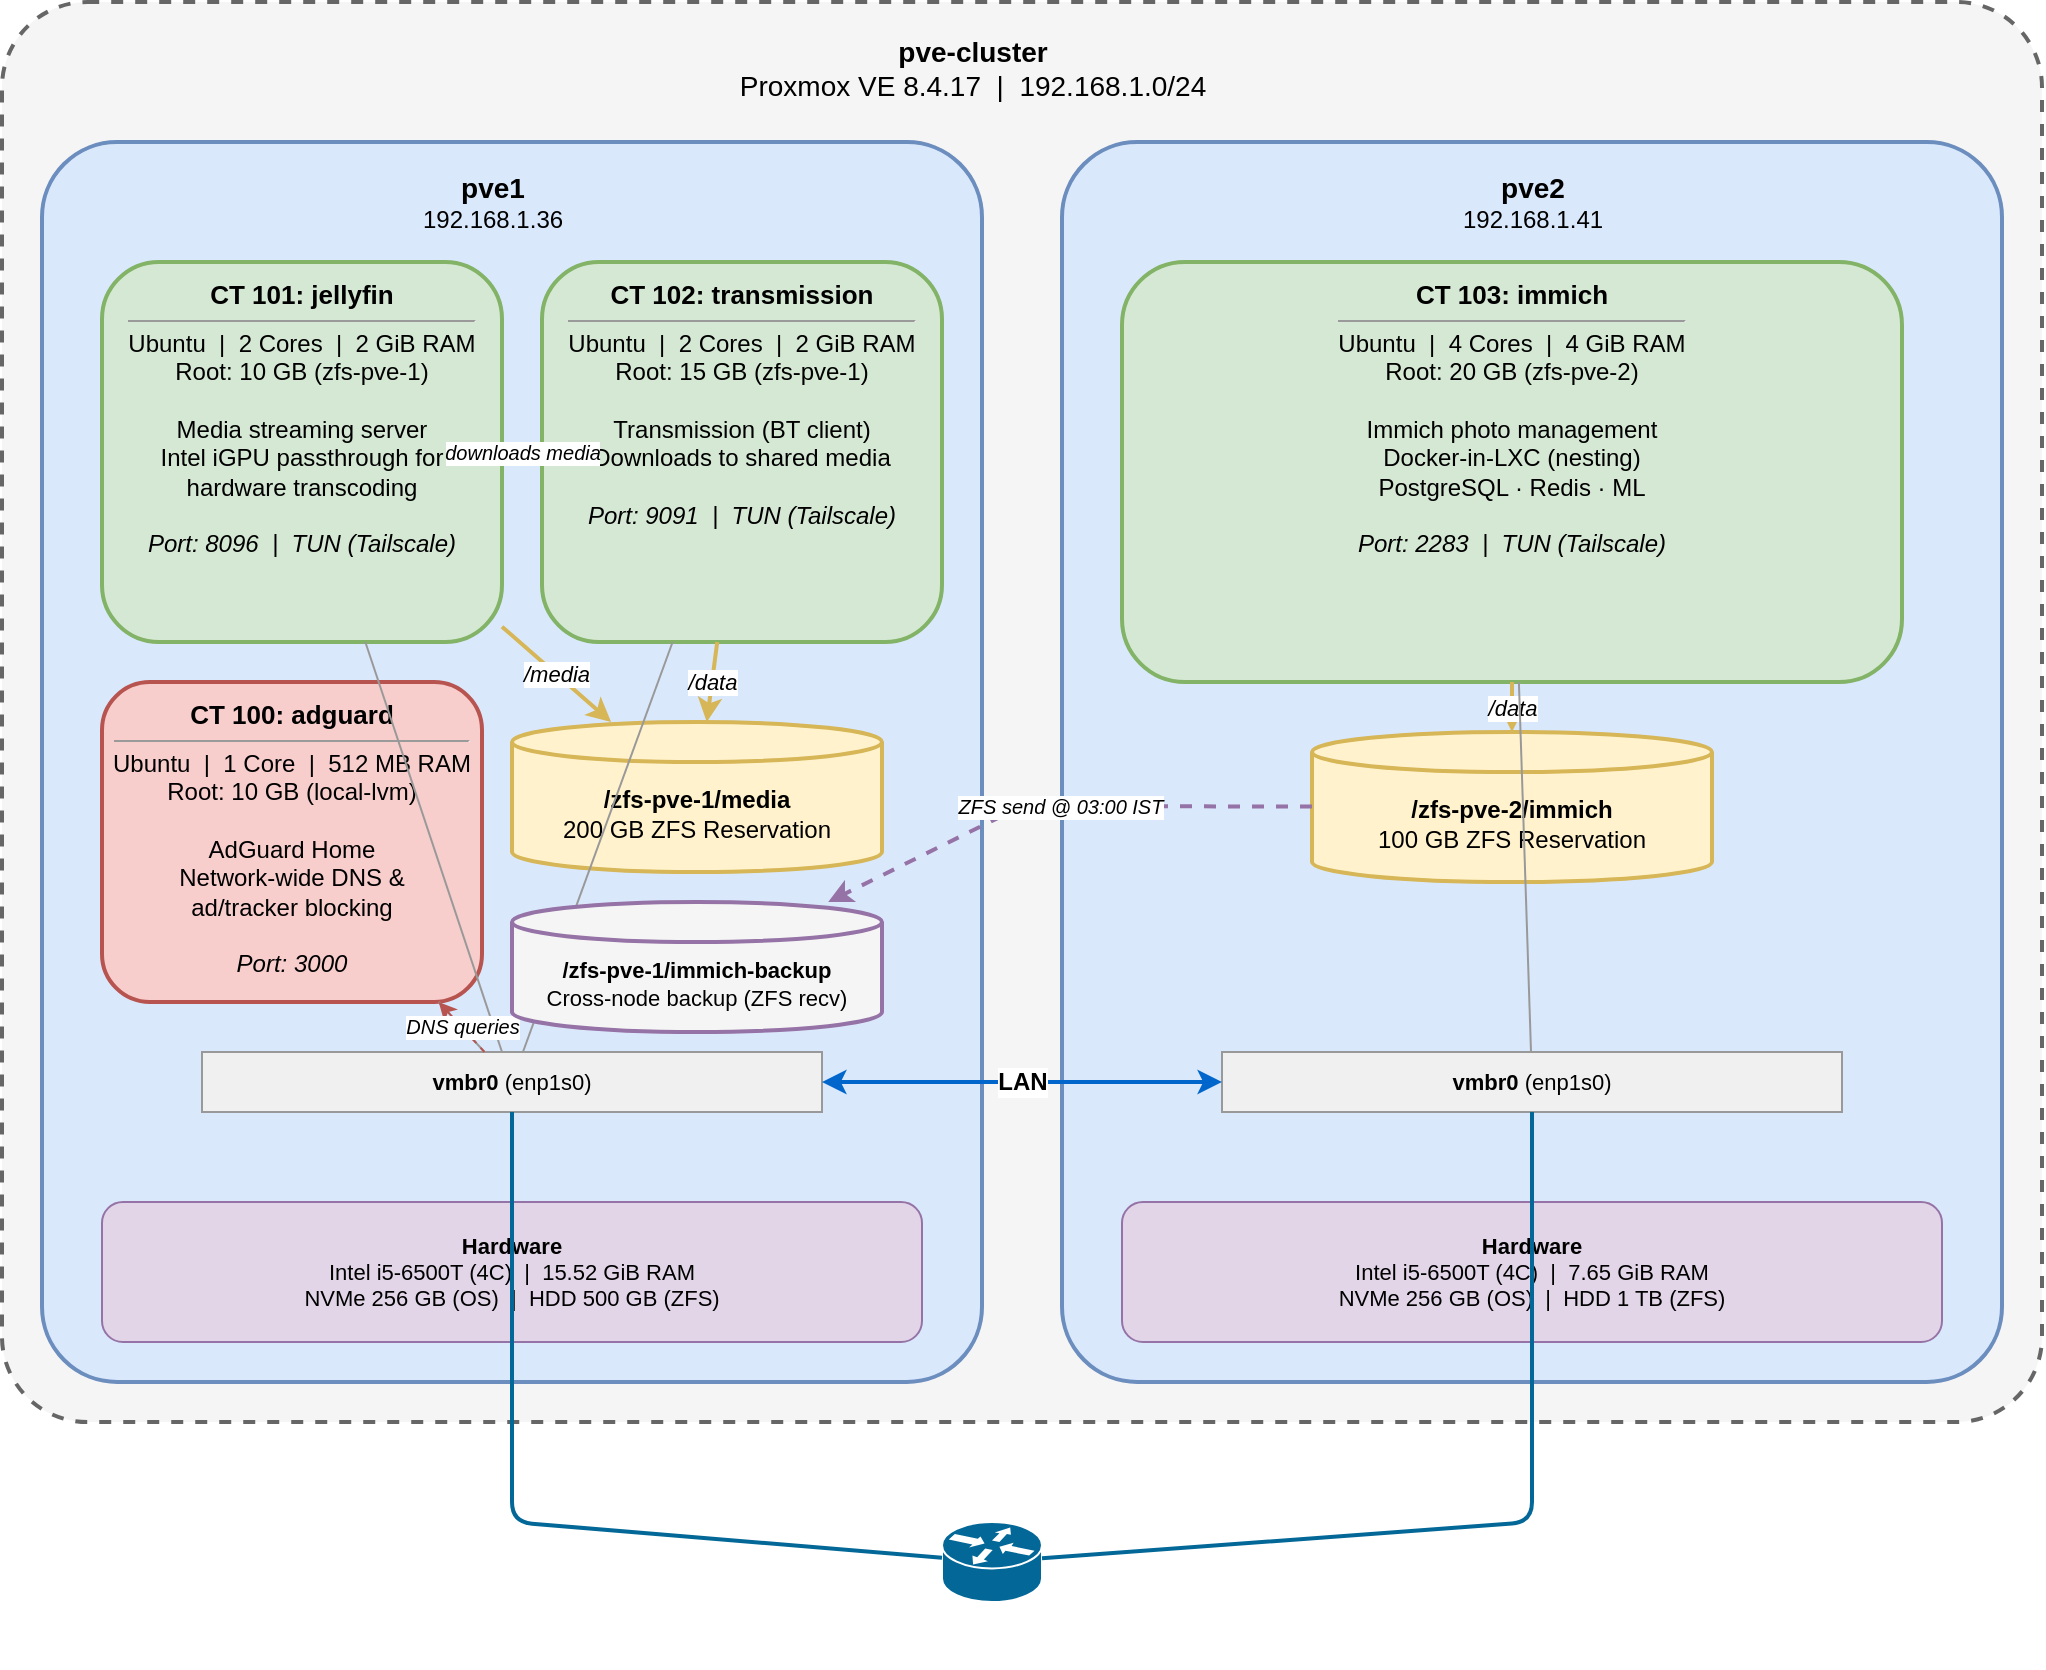
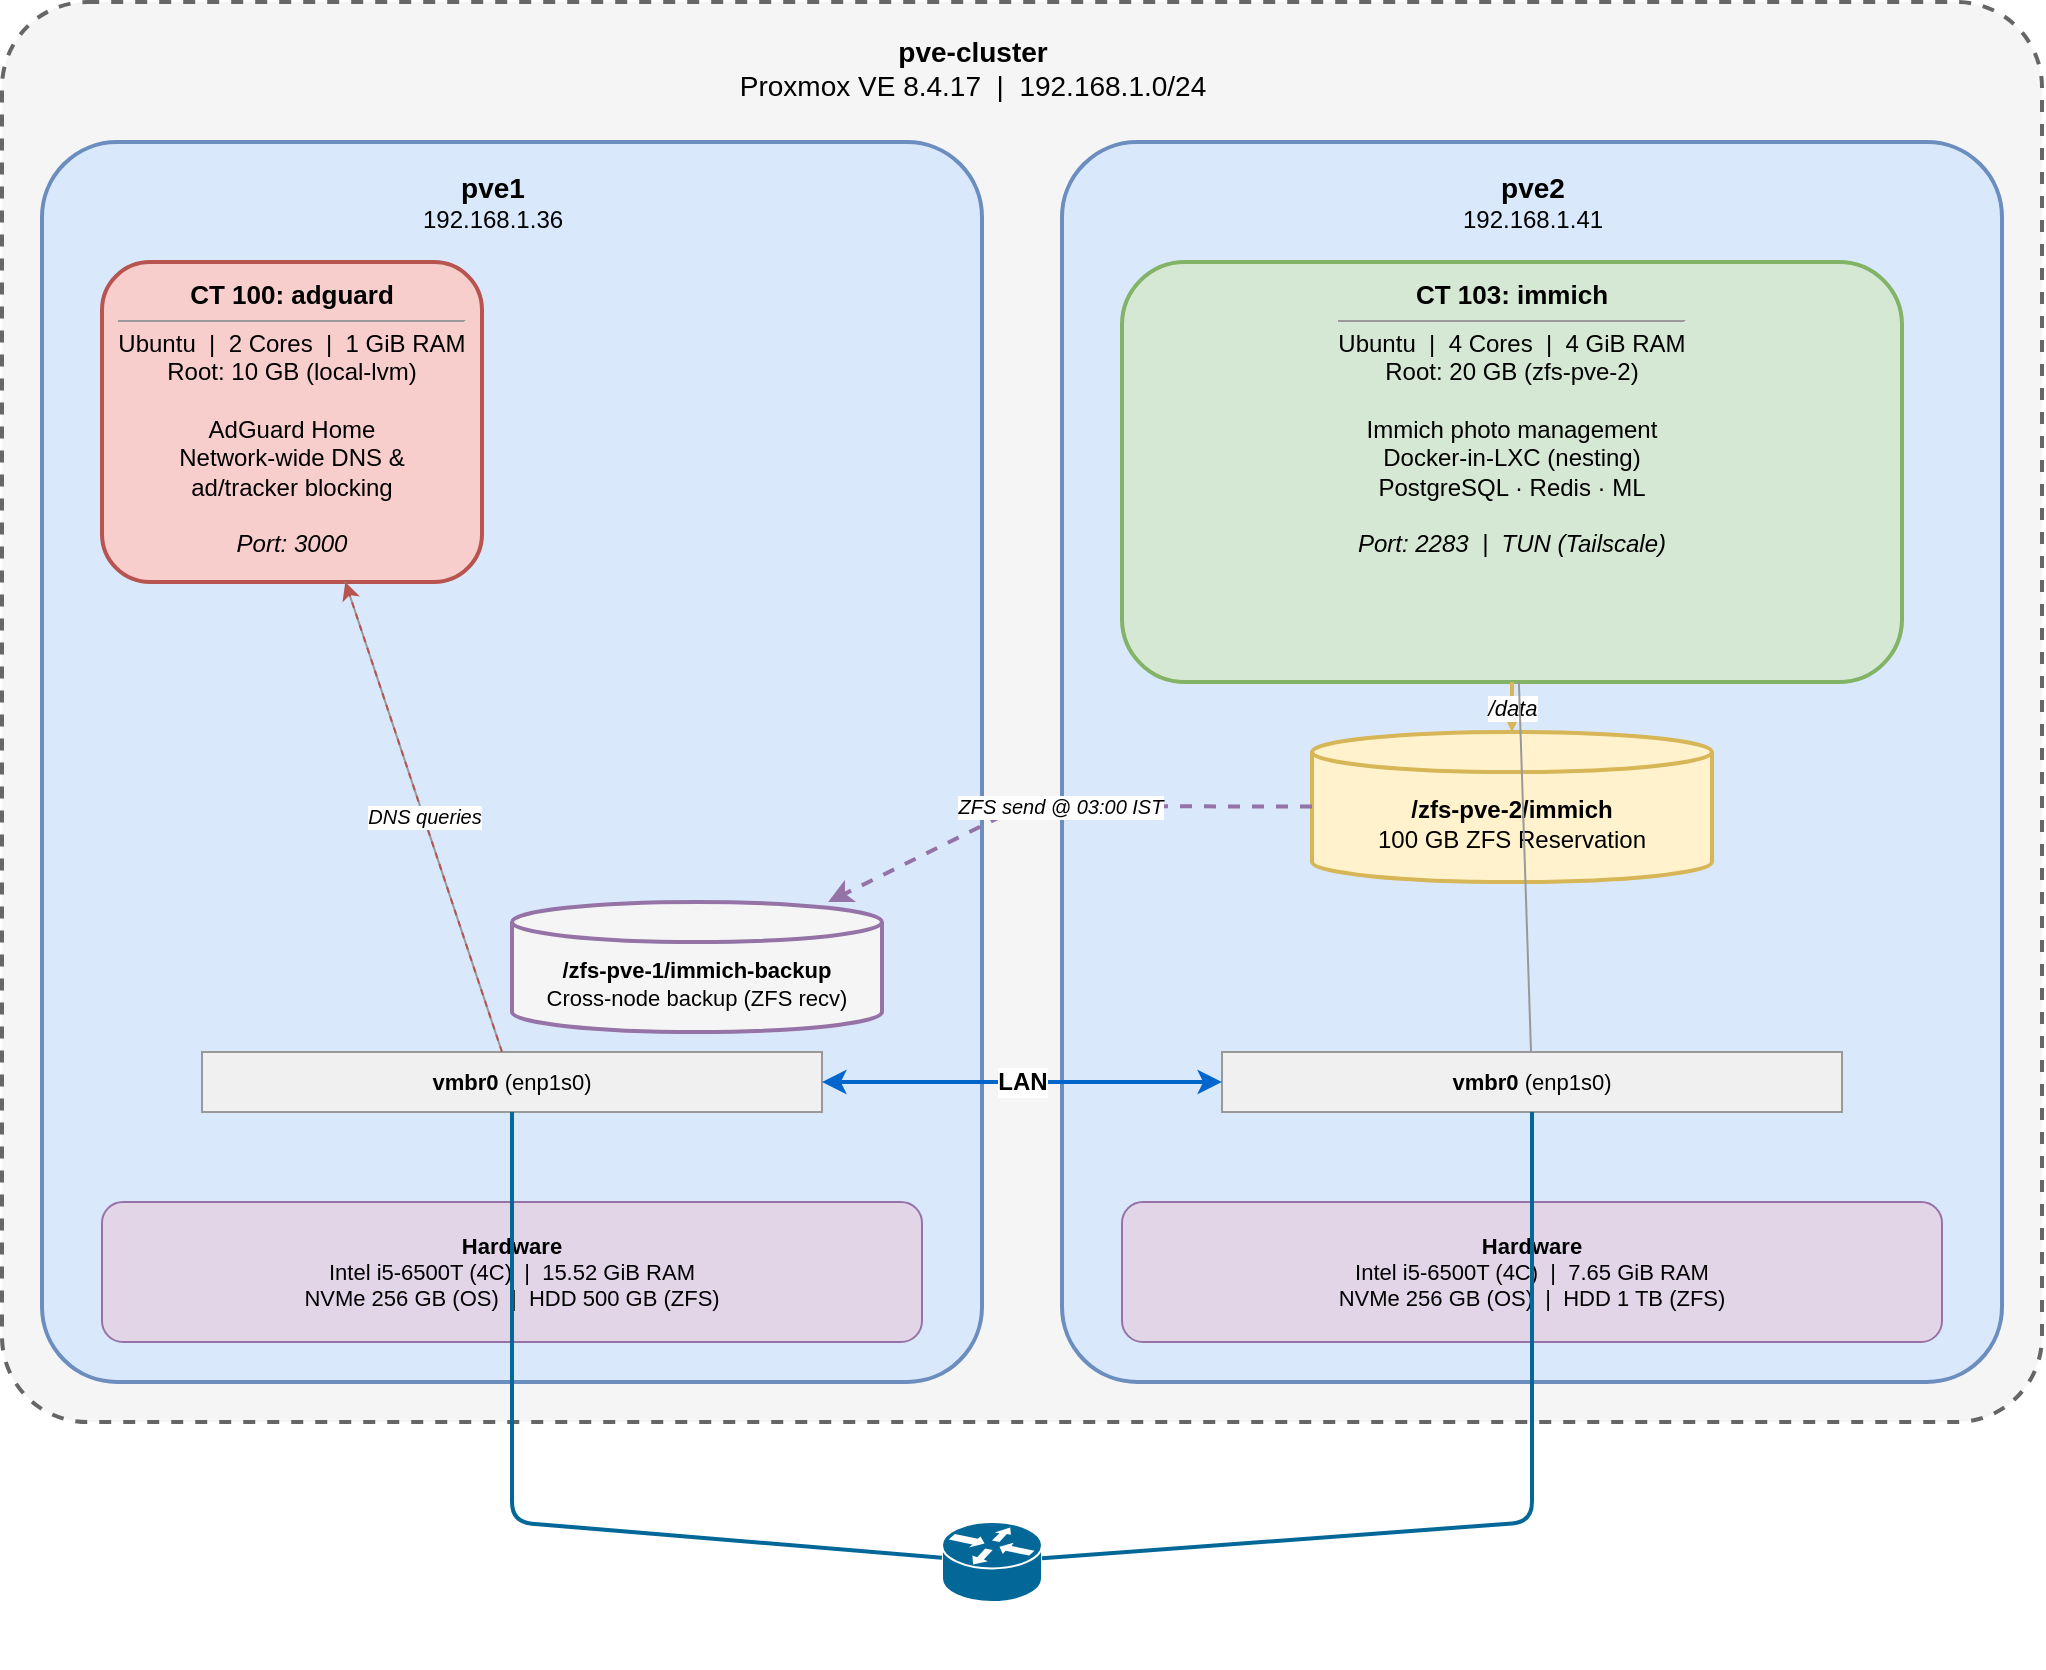
<mxfile host="app.diagrams.net" modified="2026-04-19T00:00:00.000Z" agent="Claude" version="24.0.0" type="device">
  <diagram id="homelab-architecture" name="Homelab Architecture">
    <mxGraphModel dx="1422" dy="762" grid="1" gridSize="10" guides="1" tooltips="1" connect="1" arrows="1" fold="1" page="1" pageScale="1" pageWidth="1100" pageHeight="850" math="0" shadow="0">
      <root>
        <mxCell id="0"/>
        <mxCell id="1" parent="0"/>

        <!-- Cluster -->
        <mxCell id="cluster" value="" style="rounded=1;whiteSpace=wrap;html=1;fillColor=#f5f5f5;strokeColor=#666666;fontColor=#333333;dashed=1;strokeWidth=2;arcSize=6;" vertex="1" parent="1">
          <mxGeometry x="40" y="30" width="1020" height="710" as="geometry"/>
        </mxCell>
        <mxCell id="cluster-label" value="&lt;b&gt;pve-cluster&lt;/b&gt;&lt;br&gt;Proxmox VE 8.4.17 &amp;nbsp;|&amp;nbsp; 192.168.1.0/24" style="text;html=1;align=center;verticalAlign=top;resizable=0;points=[];autosize=1;strokeColor=none;fillColor=none;fontSize=14;" vertex="1" parent="1">
          <mxGeometry x="370" y="40" width="310" height="40" as="geometry"/>
        </mxCell>

        <!-- pve1 node -->
        <mxCell id="pve1" value="" style="rounded=1;whiteSpace=wrap;html=1;fillColor=#dae8fc;strokeColor=#6c8ebf;strokeWidth=2;arcSize=8;" vertex="1" parent="1">
          <mxGeometry x="60" y="100" width="470" height="620" as="geometry"/>
        </mxCell>
        <mxCell id="pve1-label" value="&lt;b style='font-size:14px'&gt;pve1&lt;/b&gt;&lt;br&gt;192.168.1.36" style="text;html=1;align=center;verticalAlign=top;resizable=0;points=[];autosize=1;strokeColor=none;fillColor=none;" vertex="1" parent="1">
          <mxGeometry x="230" y="108" width="110" height="40" as="geometry"/>
        </mxCell>

        <!-- pve1 hardware -->
        <mxCell id="pve1-hw" value="&lt;b&gt;Hardware&lt;/b&gt;&lt;br&gt;Intel i5-6500T (4C) &amp;nbsp;|&amp;nbsp; 15.52 GiB RAM&lt;br&gt;NVMe 256 GB (OS) &amp;nbsp;|&amp;nbsp; HDD 500 GB (ZFS)" style="rounded=1;whiteSpace=wrap;html=1;fillColor=#e1d5e7;strokeColor=#9673a6;fontSize=11;verticalAlign=middle;" vertex="1" parent="1">
          <mxGeometry x="90" y="630" width="410" height="70" as="geometry"/>
        </mxCell>

-         <!-- Jellyfin container -->
-         <mxCell id="jellyfin" value="&lt;b style='font-size:13px'&gt;CT 101: jellyfin&lt;/b&gt;&lt;br&gt;&lt;hr size='1' style='margin:4px 0'&gt;Ubuntu &amp;nbsp;|&amp;nbsp; 2 Cores &amp;nbsp;|&amp;nbsp; 2 GiB RAM&lt;br&gt;Root: 10 GB (zfs-pve-1)&lt;br&gt;&lt;br&gt;Media streaming server&lt;br&gt;Intel iGPU passthrough for&lt;br&gt;hardware transcoding&lt;br&gt;&lt;br&gt;&lt;i&gt;Port: 8096 &amp;nbsp;|&amp;nbsp; TUN (Tailscale)&lt;/i&gt;" style="rounded=1;whiteSpace=wrap;html=1;fillColor=#d5e8d4;strokeColor=#82b366;strokeWidth=2;verticalAlign=top;spacingTop=2;" vertex="1" parent="1">
-           <mxGeometry x="90" y="160" width="200" height="190" as="geometry"/>
-         </mxCell>
- 
-         <!-- Transmission container -->
-         <mxCell id="transmission" value="&lt;b style='font-size:13px'&gt;CT 102: transmission&lt;/b&gt;&lt;br&gt;&lt;hr size='1' style='margin:4px 0'&gt;Ubuntu &amp;nbsp;|&amp;nbsp; 2 Cores &amp;nbsp;|&amp;nbsp; 2 GiB RAM&lt;br&gt;Root: 15 GB (zfs-pve-1)&lt;br&gt;&lt;br&gt;Transmission (BT client)&lt;br&gt;Downloads to shared media&lt;br&gt;&lt;br&gt;&lt;i&gt;Port: 9091 &amp;nbsp;|&amp;nbsp; TUN (Tailscale)&lt;/i&gt;" style="rounded=1;whiteSpace=wrap;html=1;fillColor=#d5e8d4;strokeColor=#82b366;strokeWidth=2;verticalAlign=top;spacingTop=2;" vertex="1" parent="1">
-           <mxGeometry x="310" y="160" width="200" height="190" as="geometry"/>
-         </mxCell>
- 
-         <!-- Download flow -->
-         <mxCell id="dl-flow" value="downloads media" style="endArrow=classic;html=1;strokeColor=#82b366;strokeWidth=1;dashed=1;fontSize=10;fontStyle=2;" edge="1" parent="1" source="transmission" target="jellyfin">
-           <mxGeometry relative="1" as="geometry"/>
-         </mxCell>
- 
-         <!-- Shared media storage -->
-         <mxCell id="media-storage" value="&lt;b&gt;/zfs-pve-1/media&lt;/b&gt;&lt;br&gt;200 GB ZFS Reservation" style="shape=cylinder3;whiteSpace=wrap;html=1;boundedLbl=1;backgroundOutline=1;size=10;fillColor=#fff2cc;strokeColor=#d6b656;strokeWidth=2;fontSize=12;" vertex="1" parent="1">
-           <mxGeometry x="295" y="390" width="185" height="75" as="geometry"/>
-         </mxCell>
- 
-         <!-- Mount arrows -->
-         <mxCell id="jf-mount" value="/media" style="endArrow=classic;html=1;strokeColor=#d6b656;strokeWidth=2;fontStyle=2;fontSize=11;" edge="1" parent="1" source="jellyfin" target="media-storage">
-           <mxGeometry relative="1" as="geometry"/>
-         </mxCell>
-         <mxCell id="ms-mount" value="/data" style="endArrow=classic;html=1;strokeColor=#d6b656;strokeWidth=2;fontStyle=2;fontSize=11;" edge="1" parent="1" source="transmission" target="media-storage">
-           <mxGeometry relative="1" as="geometry"/>
-         </mxCell>
- 
        <!-- AdGuard container (pve1) -->
-         <mxCell id="adguard" value="&lt;b style='font-size:13px'&gt;CT 100: adguard&lt;/b&gt;&lt;br&gt;&lt;hr size='1' style='margin:4px 0'&gt;Ubuntu &amp;nbsp;|&amp;nbsp; 1 Core &amp;nbsp;|&amp;nbsp; 512 MB RAM&lt;br&gt;Root: 10 GB (local-lvm)&lt;br&gt;&lt;br&gt;AdGuard Home&lt;br&gt;Network-wide DNS &amp;amp;&lt;br&gt;ad/tracker blocking&lt;br&gt;&lt;br&gt;&lt;i&gt;Port: 3000&lt;/i&gt;" style="rounded=1;whiteSpace=wrap;html=1;fillColor=#f8cecc;strokeColor=#b85450;strokeWidth=2;verticalAlign=top;spacingTop=2;" vertex="1" parent="1">
-           <mxGeometry x="90" y="370" width="190" height="160" as="geometry"/>
+         <mxCell id="adguard" value="&lt;b style='font-size:13px'&gt;CT 100: adguard&lt;/b&gt;&lt;br&gt;&lt;hr size='1' style='margin:4px 0'&gt;Ubuntu &amp;nbsp;|&amp;nbsp; 2 Cores &amp;nbsp;|&amp;nbsp; 1 GiB RAM&lt;br&gt;Root: 10 GB (local-lvm)&lt;br&gt;&lt;br&gt;AdGuard Home&lt;br&gt;Network-wide DNS &amp;amp;&lt;br&gt;ad/tracker blocking&lt;br&gt;&lt;br&gt;&lt;i&gt;Port: 3000&lt;/i&gt;" style="rounded=1;whiteSpace=wrap;html=1;fillColor=#f8cecc;strokeColor=#b85450;strokeWidth=2;verticalAlign=top;spacingTop=2;" vertex="1" parent="1">
+           <mxGeometry x="90" y="160" width="190" height="160" as="geometry"/>
        </mxCell>

        <!-- Network bridge - pve1 -->
        <mxCell id="vmbr0-pve1" value="&lt;b&gt;vmbr0&lt;/b&gt; (enp1s0)" style="rounded=0;whiteSpace=wrap;html=1;fillColor=#f0f0f0;strokeColor=#999999;fontSize=11;" vertex="1" parent="1">
          <mxGeometry x="140" y="555" width="310" height="30" as="geometry"/>
        </mxCell>

        <!-- Container to bridge connections - pve1 -->
-         <mxCell id="jf-net" value="" style="endArrow=none;html=1;strokeColor=#999999;strokeWidth=1;" edge="1" parent="1" source="jellyfin" target="vmbr0-pve1">
-           <mxGeometry relative="1" as="geometry"/>
-         </mxCell>
-         <mxCell id="ms-net" value="" style="endArrow=none;html=1;strokeColor=#999999;strokeWidth=1;" edge="1" parent="1" source="transmission" target="vmbr0-pve1">
-           <mxGeometry relative="1" as="geometry"/>
-         </mxCell>
        <mxCell id="ag-net" value="" style="endArrow=none;html=1;strokeColor=#999999;strokeWidth=1;" edge="1" parent="1" source="adguard" target="vmbr0-pve1">
          <mxGeometry relative="1" as="geometry"/>
        </mxCell>

        <!-- DNS query arrow -->
        <mxCell id="dns-flow" value="DNS queries" style="endArrow=classic;html=1;strokeColor=#b85450;strokeWidth=1;dashed=1;fontSize=10;fontStyle=2;" edge="1" parent="1" source="vmbr0-pve1" target="adguard">
          <mxGeometry relative="1" as="geometry"/>
        </mxCell>

        <!-- pve2 node -->
        <mxCell id="pve2" value="" style="rounded=1;whiteSpace=wrap;html=1;fillColor=#dae8fc;strokeColor=#6c8ebf;strokeWidth=2;arcSize=8;" vertex="1" parent="1">
          <mxGeometry x="570" y="100" width="470" height="620" as="geometry"/>
        </mxCell>
        <mxCell id="pve2-label" value="&lt;b style='font-size:14px'&gt;pve2&lt;/b&gt;&lt;br&gt;192.168.1.41" style="text;html=1;align=center;verticalAlign=top;resizable=0;points=[];autosize=1;strokeColor=none;fillColor=none;" vertex="1" parent="1">
          <mxGeometry x="750" y="108" width="110" height="40" as="geometry"/>
        </mxCell>

        <!-- pve2 hardware -->
        <mxCell id="pve2-hw" value="&lt;b&gt;Hardware&lt;/b&gt;&lt;br&gt;Intel i5-6500T (4C) &amp;nbsp;|&amp;nbsp; 7.65 GiB RAM&lt;br&gt;NVMe 256 GB (OS) &amp;nbsp;|&amp;nbsp; HDD 1 TB (ZFS)" style="rounded=1;whiteSpace=wrap;html=1;fillColor=#e1d5e7;strokeColor=#9673a6;fontSize=11;verticalAlign=middle;" vertex="1" parent="1">
          <mxGeometry x="600" y="630" width="410" height="70" as="geometry"/>
        </mxCell>

        <!-- Immich container -->
        <mxCell id="immich" value="&lt;b style='font-size:13px'&gt;CT 103: immich&lt;/b&gt;&lt;br&gt;&lt;hr size='1' style='margin:4px 0'&gt;Ubuntu &amp;nbsp;|&amp;nbsp; 4 Cores &amp;nbsp;|&amp;nbsp; 4 GiB RAM&lt;br&gt;Root: 20 GB (zfs-pve-2)&lt;br&gt;&lt;br&gt;Immich photo management&lt;br&gt;Docker-in-LXC (nesting)&lt;br&gt;PostgreSQL &amp;middot; Redis &amp;middot; ML&lt;br&gt;&lt;br&gt;&lt;i&gt;Port: 2283 &amp;nbsp;|&amp;nbsp; TUN (Tailscale)&lt;/i&gt;" style="rounded=1;whiteSpace=wrap;html=1;fillColor=#d5e8d4;strokeColor=#82b366;strokeWidth=2;verticalAlign=top;spacingTop=2;" vertex="1" parent="1">
          <mxGeometry x="600" y="160" width="390" height="210" as="geometry"/>
        </mxCell>

        <!-- Immich ZFS storage -->
        <mxCell id="immich-storage" value="&lt;b&gt;/zfs-pve-2/immich&lt;/b&gt;&lt;br&gt;100 GB ZFS Reservation" style="shape=cylinder3;whiteSpace=wrap;html=1;boundedLbl=1;backgroundOutline=1;size=10;fillColor=#fff2cc;strokeColor=#d6b656;strokeWidth=2;fontSize=12;" vertex="1" parent="1">
          <mxGeometry x="695" y="395" width="200" height="75" as="geometry"/>
        </mxCell>

        <!-- Immich mount arrow -->
        <mxCell id="immich-mount" value="/data" style="endArrow=classic;html=1;strokeColor=#d6b656;strokeWidth=2;fontStyle=2;fontSize=11;" edge="1" parent="1" source="immich" target="immich-storage">
          <mxGeometry relative="1" as="geometry"/>
        </mxCell>

        <!-- Immich backup dataset (pve1) -->
        <mxCell id="immich-backup" value="&lt;b&gt;/zfs-pve-1/immich-backup&lt;/b&gt;&lt;br&gt;Cross-node backup (ZFS recv)" style="shape=cylinder3;whiteSpace=wrap;html=1;boundedLbl=1;backgroundOutline=1;size=10;fillColor=#f5f5f5;strokeColor=#9673a6;strokeWidth=2;fontSize=11;" vertex="1" parent="1">
          <mxGeometry x="295" y="480" width="185" height="65" as="geometry"/>
        </mxCell>

        <!-- Nightly backup arrow (pve2 → pve1 via Tailscale) -->
        <mxCell id="backup-flow" value="ZFS send @ 03:00 IST" style="endArrow=classic;html=1;strokeColor=#9673a6;strokeWidth=2;dashed=1;fontSize=10;fontStyle=2;" edge="1" parent="1" source="immich-storage" target="immich-backup">
          <mxGeometry relative="1" as="geometry">
            <Array as="points">
              <mxPoint x="550" y="432"/>
            </Array>
          </mxGeometry>
        </mxCell>

        <!-- Network bridge - pve2 -->
        <mxCell id="vmbr0-pve2" value="&lt;b&gt;vmbr0&lt;/b&gt; (enp1s0)" style="rounded=0;whiteSpace=wrap;html=1;fillColor=#f0f0f0;strokeColor=#999999;fontSize=11;" vertex="1" parent="1">
          <mxGeometry x="650" y="555" width="310" height="30" as="geometry"/>
        </mxCell>

        <!-- Container to bridge connections - pve2 -->
        <mxCell id="immich-net" value="" style="endArrow=none;html=1;strokeColor=#999999;strokeWidth=1;" edge="1" parent="1" source="immich" target="vmbr0-pve2">
          <mxGeometry relative="1" as="geometry"/>
        </mxCell>

        <!-- Cross-node network link -->
        <mxCell id="node-link" value="LAN" style="endArrow=classic;startArrow=classic;html=1;strokeColor=#0066CC;strokeWidth=2;fontSize=12;fontStyle=1;" edge="1" parent="1" source="vmbr0-pve1" target="vmbr0-pve2">
          <mxGeometry relative="1" as="geometry"/>
        </mxCell>

        <!-- Gateway -->
        <mxCell id="gateway" value="&lt;b&gt;Gateway&lt;/b&gt;&lt;br&gt;192.168.1.1" style="shape=mxgraph.cisco.routers.router;html=1;fillColor=#036897;strokeColor=#ffffff;fontColor=#ffffff;labelPosition=center;verticalLabelPosition=bottom;verticalAlign=top;fontSize=11;fontStyle=0;sketch=0;" vertex="1" parent="1">
          <mxGeometry x="510" y="790" width="50" height="40" as="geometry"/>
        </mxCell>

        <!-- Gateway connections -->
        <mxCell id="gw-pve1" value="" style="endArrow=none;html=1;strokeColor=#036897;strokeWidth=2;" edge="1" parent="1" source="vmbr0-pve1" target="gateway">
          <mxGeometry relative="1" as="geometry">
            <Array as="points">
              <mxPoint x="295" y="790"/>
            </Array>
          </mxGeometry>
        </mxCell>
        <mxCell id="gw-pve2" value="" style="endArrow=none;html=1;strokeColor=#036897;strokeWidth=2;" edge="1" parent="1" source="vmbr0-pve2" target="gateway">
          <mxGeometry relative="1" as="geometry">
            <Array as="points">
              <mxPoint x="805" y="790"/>
            </Array>
          </mxGeometry>
        </mxCell>

      </root>
    </mxGraphModel>
  </diagram>
</mxfile>
